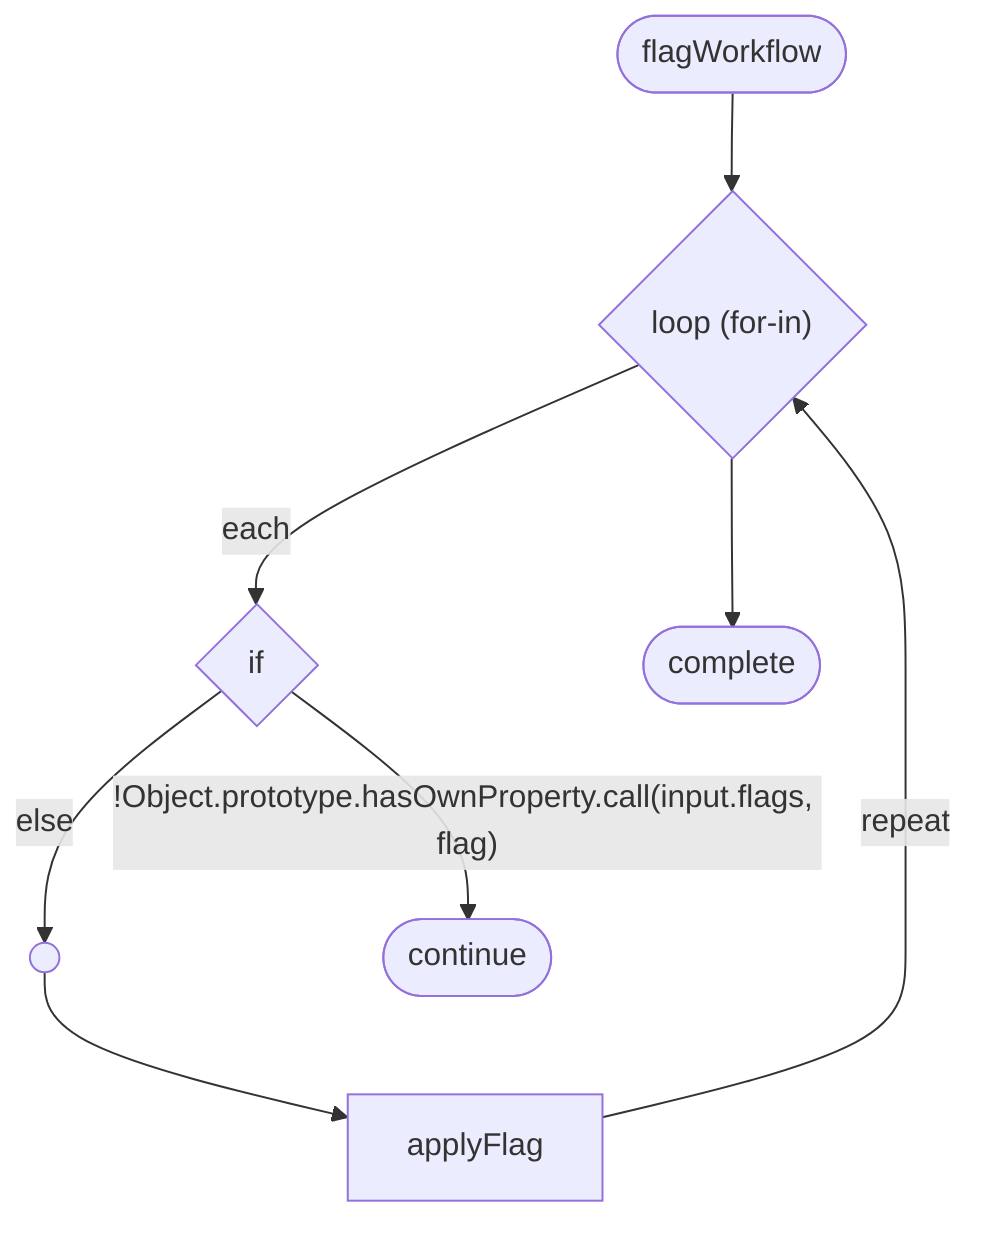
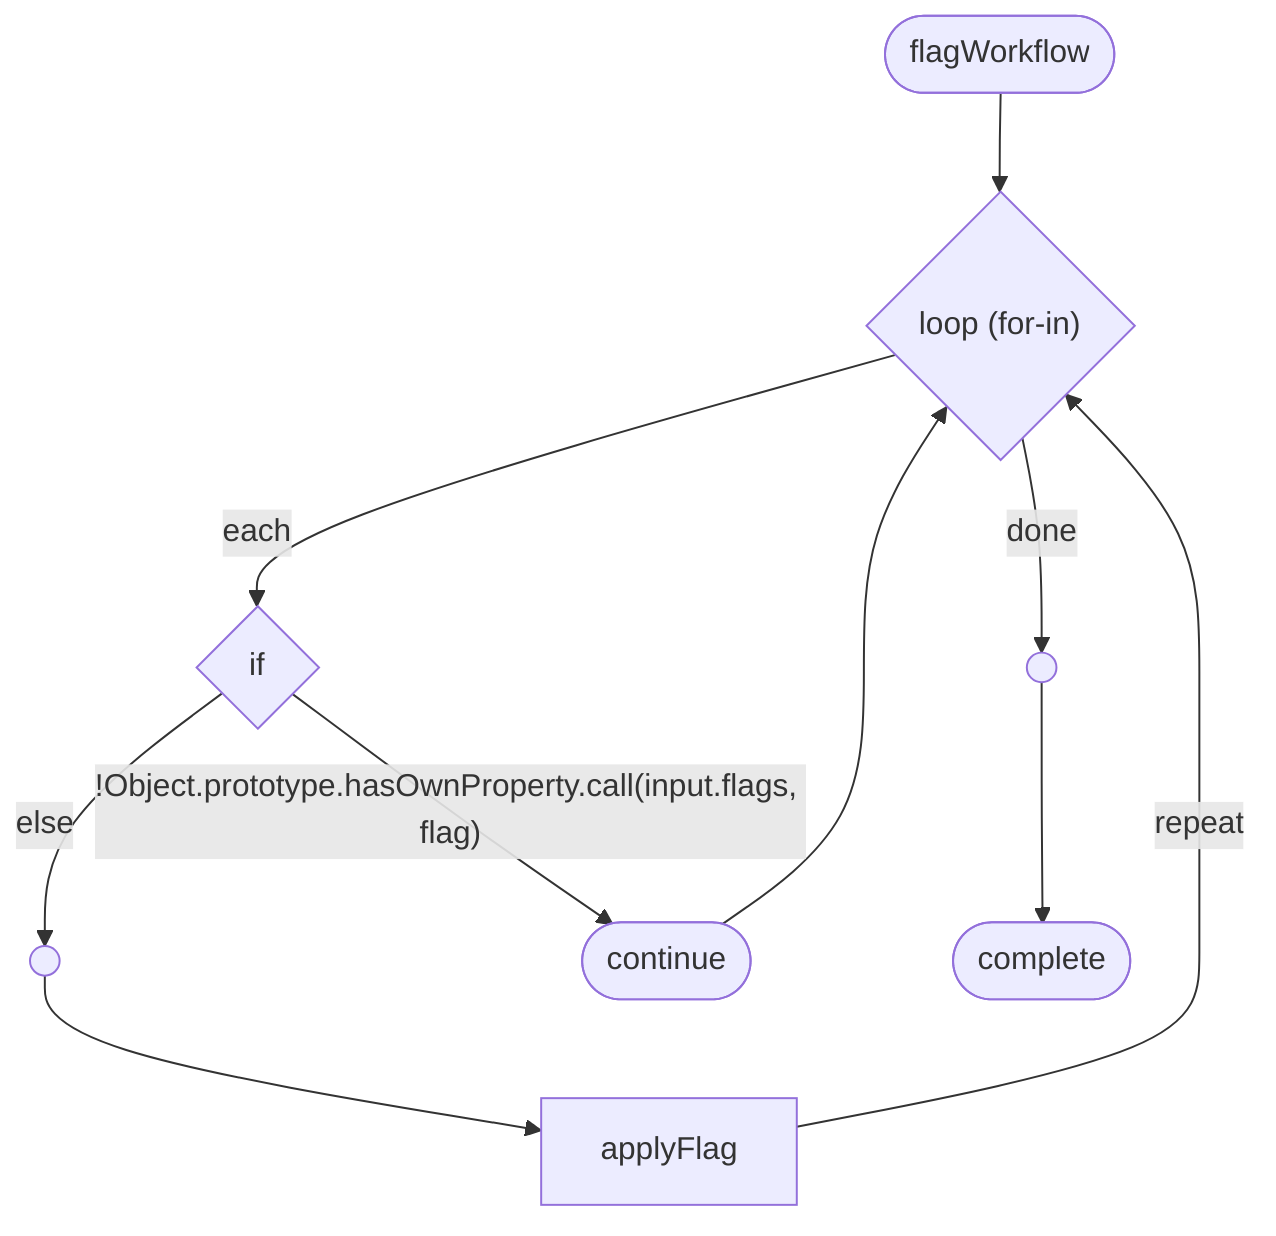
flowchart TD
  start(["flagWorkflow"])
  flow_flagWorkflow_4{"loop (for-in)"}
+   n1(( ))
  flow_flagWorkflow_2{"if"}
-   n1(( ))
+   n2(( ))
  flow_flagWorkflow_1(["continue"])
  flow_flagWorkflow_3["applyFlag"]
  complete(["complete"])
  start --> flow_flagWorkflow_4
  flow_flagWorkflow_4 -->|"each"| flow_flagWorkflow_2
  flow_flagWorkflow_2 -->|"!Object.prototype.hasOwnProperty.call(input.flags, flag)"| flow_flagWorkflow_1
-   flow_flagWorkflow_2 -->|"else"| n1
-   n1 --> flow_flagWorkflow_3
+   flow_flagWorkflow_1 --> flow_flagWorkflow_4
+   flow_flagWorkflow_2 -->|"else"| n2
+   n2 --> flow_flagWorkflow_3
  flow_flagWorkflow_3 -->|"repeat"| flow_flagWorkflow_4
-   flow_flagWorkflow_4 --> complete
+   flow_flagWorkflow_4 -->|"done"| n1
+   n1 --> complete
